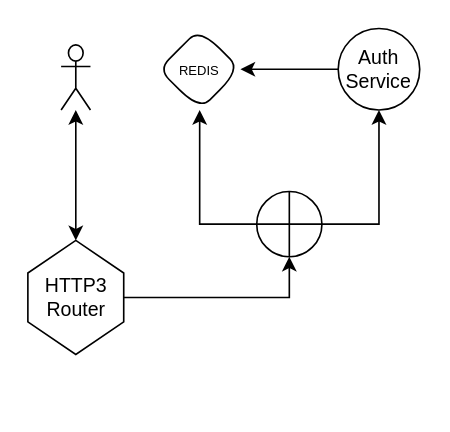
instamenta/HEXA-LEDGER keeps this draw.io diagram as architecture.drawio. Above is the earlier version. Source tidied: cells renumbered, new cells numbered last; positions are measured from the earlier drawing's top-left corner, leaving out a move shared by most shapes. Both pictures are drawn from the tidied source at 163%, with x=0, y=0 at pixel (28, 28).
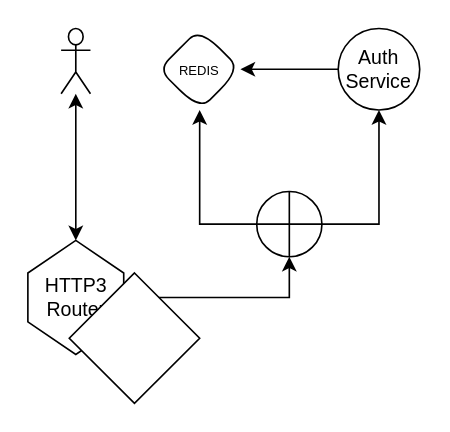
The same diagram, later.

Diff of the diagram source:
```diff
@@
 <mxGraphModel>
   <root>
     <mxCell id="0" />
     <mxCell id="1" parent="0" />
     <mxCell id="2" value="&lt;br&gt;" style="shape=umlActor;verticalLabelPosition=bottom;verticalAlign=top;html=1;outlineConnect=0;" parent="1" vertex="1">
-      <mxGeometry x="20" y="10" width="18" height="40" as="geometry" />
+      <mxGeometry x="20" width="18" height="40" as="geometry" />
     </mxCell>
     <mxCell id="3" style="endArrow=classic;startArrow=classic;html=1;rounded=0;exitX=0;exitY=0.5;exitDx=0;exitDy=0;" parent="1" edge="1" source="5" target="2">
       <mxGeometry relative="1" as="geometry" />
     </mxCell>
     <mxCell id="4" style="edgeStyle=orthogonalEdgeStyle;rounded=0;jettySize=auto;html=1;exitX=0.5;exitY=0;exitDx=0;exitDy=0;entryX=0.5;entryY=1;entryDx=0;entryDy=0;fontSize=8;" parent="1" edge="1" source="5" target="11">
       <mxGeometry relative="1" as="geometry" />
     </mxCell>
     <mxCell id="5" value="HTTP3 Router" style="shape=hexagon;perimeter=hexagonPerimeter2;whiteSpace=wrap;html=1;fixedSize=1;direction=south;" parent="1" vertex="1">
       <mxGeometry x="-0.4" y="130" width="58.8" height="70" as="geometry" />
     </mxCell>
     <mxCell id="6" style="edgeStyle=orthogonalEdgeStyle;rounded=0;jettySize=auto;html=1;" parent="1" edge="1" source="7" target="8">
       <mxGeometry relative="1" as="geometry">
         <Array as="points">
           <mxPoint x="120" y="30" />
         </Array>
       </mxGeometry>
     </mxCell>
     <mxCell id="7" value="Auth Service" style="whiteSpace=wrap;html=1;rounded=1;arcSize=50;align=center;verticalAlign=middle;strokeWidth=1;spacing=4;newEdgeStyle={&quot;edgeStyle&quot;:&quot;entityRelationEdgeStyle&quot;,&quot;startArrow&quot;:&quot;none&quot;,&quot;endArrow&quot;:&quot;none&quot;,&quot;segment&quot;:10,&quot;curved&quot;:1};" parent="1" vertex="1">
       <mxGeometry x="190" width="50" height="50" as="geometry" />
     </mxCell>
     <mxCell id="8" value="&lt;font style=&quot;font-size: 8px;&quot;&gt;REDIS&lt;/font&gt;" style="rhombus;whiteSpace=wrap;html=1;rounded=1;arcSize=50;strokeWidth=1;spacing=4;" parent="1" vertex="1">
       <mxGeometry x="80" width="50" height="50" as="geometry" />
     </mxCell>
     <mxCell id="9" style="edgeStyle=orthogonalEdgeStyle;rounded=0;jettySize=auto;html=1;fontSize=8;" parent="1" edge="1" source="11" target="8">
       <mxGeometry relative="1" as="geometry" />
     </mxCell>
     <mxCell id="10" style="edgeStyle=orthogonalEdgeStyle;rounded=0;jettySize=auto;html=1;exitX=1;exitY=0.5;exitDx=0;exitDy=0;entryX=0.5;entryY=1;entryDx=0;entryDy=0;fontSize=8;" parent="1" edge="1" source="11" target="7">
       <mxGeometry relative="1" as="geometry">
         <Array as="points">
           <mxPoint x="215" y="120" />
         </Array>
       </mxGeometry>
     </mxCell>
     <mxCell id="11" style="shape=orEllipse;perimeter=ellipsePerimeter;whiteSpace=wrap;html=1;backgroundOutline=1;" parent="1" vertex="1">
       <mxGeometry x="140" y="100" width="40" height="40" as="geometry" />
     </mxCell>
+    <mxCell id="12" style="rhombus;whiteSpace=wrap;html=1;" parent="1" vertex="1">
+      <mxGeometry x="25" y="150" width="80" height="80" as="geometry" />
+    </mxCell>
   </root>
 </mxGraphModel>
```
